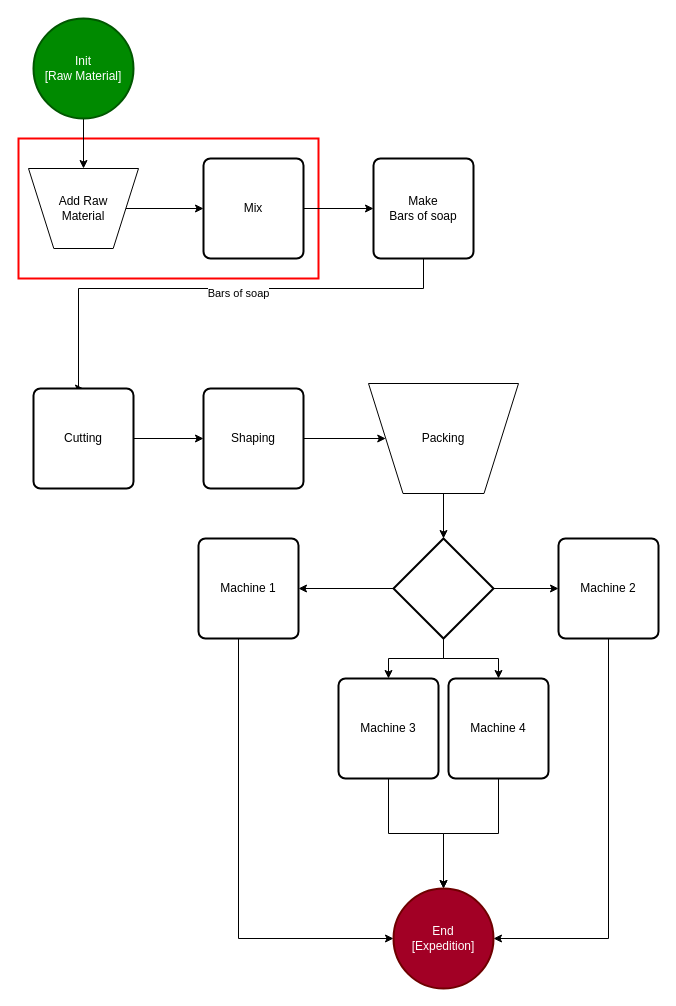
This is page "General_Process" (1 of 4) of Soap_Factory.drawio from hrosan/Teste, a draw.io file, before an edit. Source tidied: cells renumbered, new cells numbered last; positions are measured from the earlier drawing's top-left corner, leaving out a move shared by most shapes. Both pictures are drawn from the tidied source at 100%, with x=0, y=0 at pixel (18, 18).
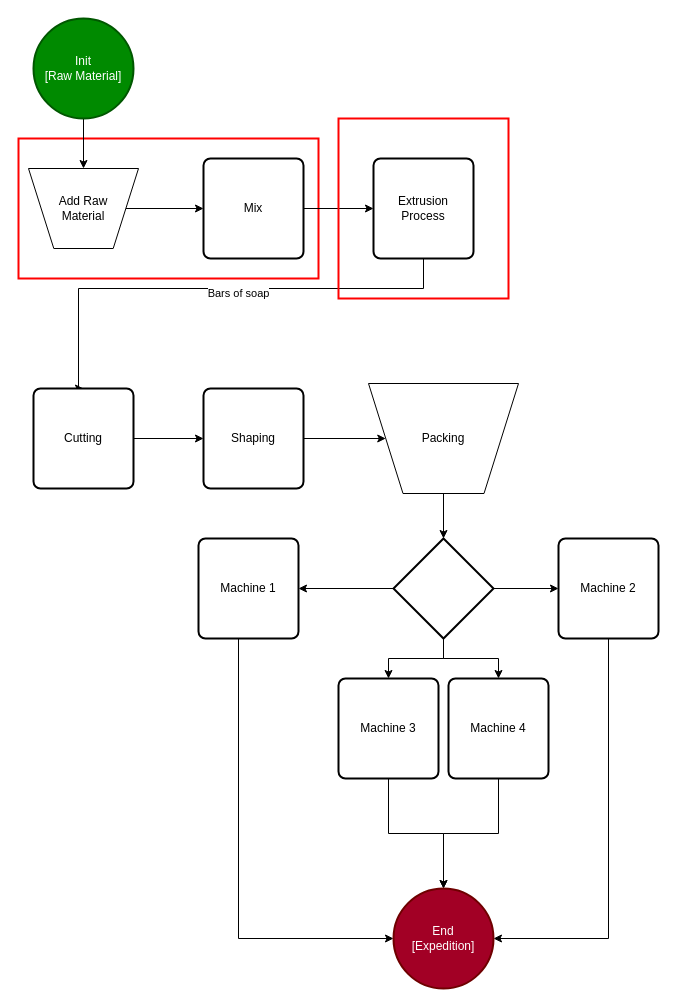
After the change.

Commit message (it also covers changes not shown here):
Added Extrusion process and edited some links to extrusion and mixture process

The edit, as a diff of the source:
```diff
@@
-    <mxCell id="11" value="Make&lt;br&gt;Bars of soap" style="rounded=1;whiteSpace=wrap;html=1;absoluteArcSize=1;arcSize=14;strokeWidth=2;" parent="1" vertex="1">
+    <mxCell id="11" value="Extrusion&lt;br&gt;Process" style="rounded=1;whiteSpace=wrap;html=1;absoluteArcSize=1;arcSize=14;strokeWidth=2;" parent="1" vertex="1">
       <mxGeometry x="355" y="140" width="100" height="100" as="geometry" />
     </mxCell>
@@
+    <mxCell id="32" style="rounded=0;whiteSpace=wrap;html=1;fillColor=none;strokeWidth=2;strokeColor=#FF0000;" parent="1" vertex="1">
+      <mxGeometry x="320" y="100" width="170" height="180" as="geometry" />
+    </mxCell>
```
